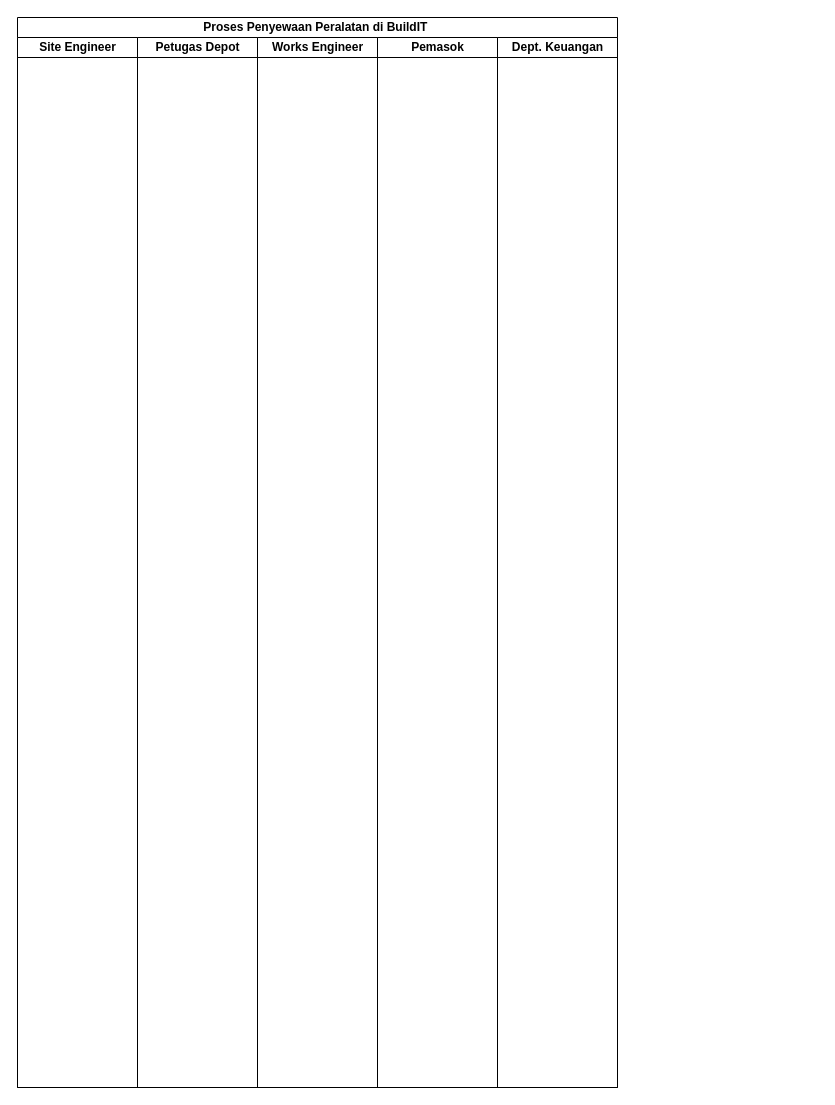
Above: page "Page-1" (1 of 2) of TI-BPM-SIPA.drawio in MHibriziF/SIPA (draw.io), before the change. Source tidied: cells renumbered, new cells numbered last; positions are measured from the earlier drawing's top-left corner, leaving out a move shared by most shapes. Both pictures are drawn from the tidied source at 100%, with x=0, y=0 at pixel (17, 17).
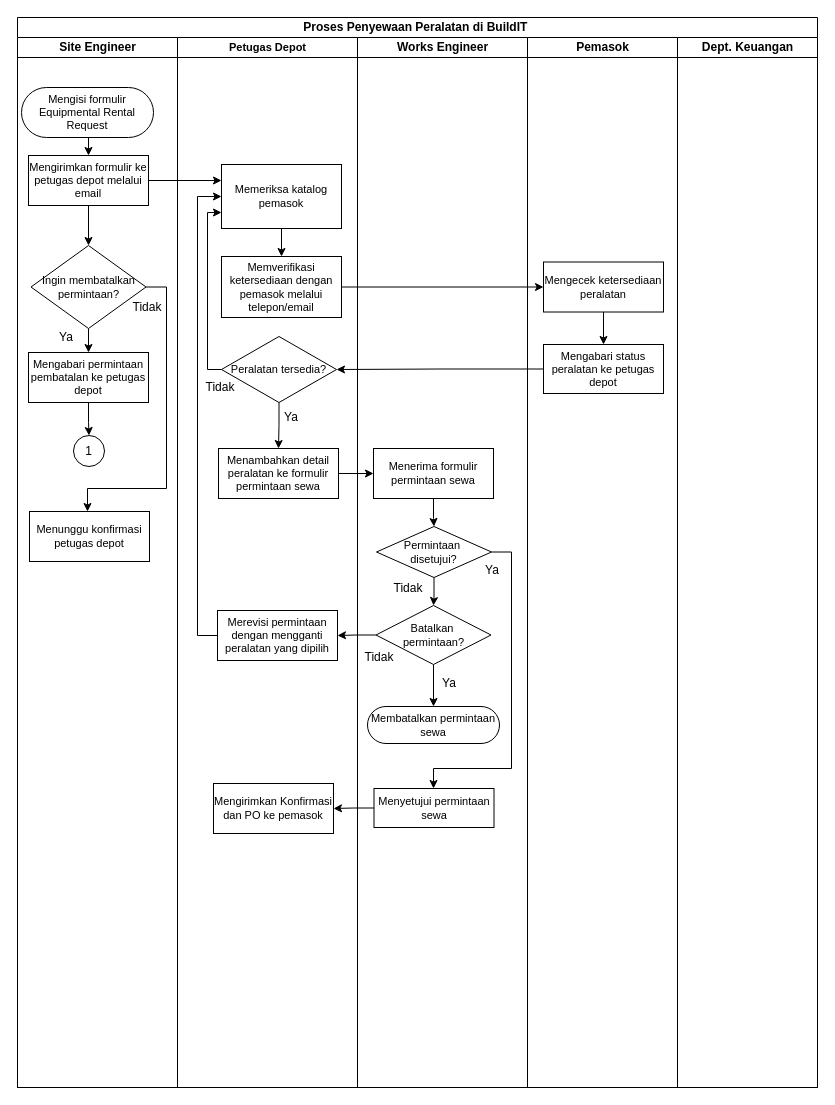
The same page after the edit.

Diff of the diagram source:
```diff
@@
-    <mxCell id="2" value="Proses Penyewaan Peralatan di BuildIT&amp;nbsp;" style="swimlane;html=1;startSize=20;whiteSpace=wrap;" parent="1" vertex="1">
-      <mxGeometry width="600" height="1070" as="geometry" />
+    <mxCell id="2" value="Proses Penyewaan Peralatan di BuildIT&amp;nbsp;" style="swimlane;html=1;startSize=20;whiteSpace=wrap;gradientColor=none;" parent="1" vertex="1">
+      <mxGeometry width="800" height="1070" as="geometry" />
     </mxCell>
-    <mxCell id="3" value="Site Engineer" style="swimlane;html=1;startSize=20;" parent="2" vertex="1">
-      <mxGeometry y="20" width="120" height="1050" as="geometry" />
+    <mxCell id="3" value="Site Engineer" style="swimlane;html=1;startSize=20;labelBorderColor=none;labelBackgroundColor=none;textShadow=0;fontColor=default;" parent="2" vertex="1">
+      <mxGeometry y="20" width="160" height="1050" as="geometry" />
     </mxCell>
+    <mxCell id="8" style="edgeStyle=orthogonalEdgeStyle;rounded=0;jettySize=auto;html=1;exitX=0.5;exitY=1;exitDx=0;exitDy=0;entryX=0.5;entryY=0;entryDx=0;entryDy=0;" parent="3" edge="1" source="9" target="11">
+      <mxGeometry relative="1" as="geometry" />
+    </mxCell>
+    <mxCell id="9" value="Mengisi formulir Equipmental Rental Request" style="rounded=1;whiteSpace=wrap;html=1;arcSize=50;fontSize=11;" parent="3" vertex="1">
+      <mxGeometry x="4" y="50" width="132" height="50" as="geometry" />
+    </mxCell>
+    <mxCell id="10" style="edgeStyle=orthogonalEdgeStyle;rounded=0;jettySize=auto;html=1;" parent="3" edge="1" source="11" target="14">
+      <mxGeometry relative="1" as="geometry" />
+    </mxCell>
+    <mxCell id="11" value="Mengirimkan formulir ke petugas depot melalui email" style="rounded=0;whiteSpace=wrap;html=1;fontSize=11;" parent="3" vertex="1">
+      <mxGeometry x="11" y="118" width="120" height="50" as="geometry" />
+    </mxCell>
+    <mxCell id="12" style="edgeStyle=orthogonalEdgeStyle;rounded=0;jettySize=auto;html=1;" parent="3" edge="1" source="14" target="16">
+      <mxGeometry relative="1" as="geometry" />
+    </mxCell>
+    <mxCell id="13" style="edgeStyle=orthogonalEdgeStyle;rounded=0;jettySize=auto;html=1;exitX=1;exitY=0.5;exitDx=0;exitDy=0;" parent="3" edge="1" source="14" target="18">
+      <mxGeometry relative="1" as="geometry">
+        <Array as="points">
+          <mxPoint x="149" y="250" />
+          <mxPoint x="149" y="451" />
+          <mxPoint x="70" y="451" />
+        </Array>
+      </mxGeometry>
+    </mxCell>
+    <mxCell id="14" value="Ingin membatalkan permintaan?" style="rhombus;whiteSpace=wrap;html=1;fontSize=11;" parent="3" vertex="1">
+      <mxGeometry x="13.5" y="208" width="115" height="83" as="geometry" />
+    </mxCell>
+    <mxCell id="15" style="edgeStyle=orthogonalEdgeStyle;rounded=0;jettySize=auto;html=1;" parent="3" edge="1" source="16" target="17">
+      <mxGeometry relative="1" as="geometry" />
+    </mxCell>
+    <mxCell id="16" value="Mengabari permintaan pembatalan ke petugas depot" style="rounded=0;whiteSpace=wrap;html=1;fontSize=11;" parent="3" vertex="1">
+      <mxGeometry x="11" y="315" width="120" height="50" as="geometry" />
+    </mxCell>
+    <mxCell id="17" value="1" style="ellipse;whiteSpace=wrap;html=1;" parent="3" vertex="1">
+      <mxGeometry x="56" y="398" width="31" height="31" as="geometry" />
+    </mxCell>
+    <mxCell id="18" value="Menunggu konfirmasi petugas depot" style="rounded=0;whiteSpace=wrap;html=1;fontSize=11;" parent="3" vertex="1">
+      <mxGeometry x="12" y="474" width="120" height="50" as="geometry" />
+    </mxCell>
+    <mxCell id="19" value="Ya" style="text;html=1;align=center;verticalAlign=middle;whiteSpace=wrap;rounded=0;" parent="3" vertex="1">
+      <mxGeometry x="19" y="285" width="60" height="30" as="geometry" />
+    </mxCell>
+    <mxCell id="20" value="Tidak" style="text;html=1;align=center;verticalAlign=middle;whiteSpace=wrap;rounded=0;" parent="3" vertex="1">
+      <mxGeometry x="100" y="255" width="60" height="30" as="geometry" />
+    </mxCell>
-    <mxCell id="4" value="Petugas Depot" style="swimlane;html=1;startSize=20;" parent="2" vertex="1">
-      <mxGeometry x="120" y="20" width="120" height="1050" as="geometry" />
+    <mxCell id="4" value="Petugas Depot" style="swimlane;html=1;startSize=20;fontSize=11;" parent="2" vertex="1">
+      <mxGeometry x="160" y="20" width="180" height="1050" as="geometry" />
     </mxCell>
+    <mxCell id="21" style="edgeStyle=orthogonalEdgeStyle;rounded=0;jettySize=auto;html=1;exitX=0.5;exitY=1;exitDx=0;exitDy=0;" parent="4" edge="1" source="22" target="23">
+      <mxGeometry relative="1" as="geometry" />
+    </mxCell>
+    <mxCell id="22" value="Memeriksa katalog pemasok " style="rounded=0;whiteSpace=wrap;html=1;fontSize=11;" parent="4" vertex="1">
+      <mxGeometry x="44" y="127" width="120" height="64" as="geometry" />
+    </mxCell>
+    <mxCell id="23" value="Memverifikasi ketersediaan dengan pemasok melalui telepon/email" style="rounded=0;whiteSpace=wrap;html=1;fontSize=11;" parent="4" vertex="1">
+      <mxGeometry x="44" y="219" width="120" height="61" as="geometry" />
+    </mxCell>
+    <mxCell id="24" style="edgeStyle=orthogonalEdgeStyle;rounded=0;jettySize=auto;html=1;" parent="4" edge="1" source="26" target="28">
+      <mxGeometry relative="1" as="geometry" />
+    </mxCell>
+    <mxCell id="25" style="edgeStyle=orthogonalEdgeStyle;rounded=0;jettySize=auto;html=1;exitX=0;exitY=0.5;exitDx=0;exitDy=0;entryX=0;entryY=0.75;entryDx=0;entryDy=0;" parent="4" edge="1" source="26" target="22">
+      <mxGeometry relative="1" as="geometry">
+        <Array as="points">
+          <mxPoint x="30" y="332" />
+          <mxPoint x="30" y="175" />
+        </Array>
+      </mxGeometry>
+    </mxCell>
+    <mxCell id="26" value="Peralatan tersedia?" style="rhombus;whiteSpace=wrap;html=1;fontSize=11;" parent="4" vertex="1">
+      <mxGeometry x="44" y="299" width="115" height="66" as="geometry" />
+    </mxCell>
+    <mxCell id="27" value="Tidak" style="text;html=1;align=center;verticalAlign=middle;whiteSpace=wrap;rounded=0;" parent="4" vertex="1">
+      <mxGeometry x="13" y="335" width="60" height="30" as="geometry" />
+    </mxCell>
+    <mxCell id="28" value="Menambahkan detail peralatan ke formulir permintaan sewa" style="rounded=0;whiteSpace=wrap;html=1;fontSize=11;" parent="4" vertex="1">
+      <mxGeometry x="41" y="411" width="120" height="50" as="geometry" />
+    </mxCell>
+    <mxCell id="29" value="Ya" style="text;html=1;align=center;verticalAlign=middle;whiteSpace=wrap;rounded=0;" parent="4" vertex="1">
+      <mxGeometry x="84" y="365" width="60" height="30" as="geometry" />
+    </mxCell>
+    <mxCell id="30" style="edgeStyle=orthogonalEdgeStyle;rounded=0;jettySize=auto;html=1;exitX=0;exitY=0.5;exitDx=0;exitDy=0;entryX=0;entryY=0.5;entryDx=0;entryDy=0;" parent="4" edge="1" source="31" target="22">
+      <mxGeometry relative="1" as="geometry">
+        <Array as="points">
+          <mxPoint x="20" y="598" />
+          <mxPoint x="20" y="159" />
+        </Array>
+      </mxGeometry>
+    </mxCell>
+    <mxCell id="31" value="Merevisi permintaan dengan mengganti peralatan yang dipilih" style="rounded=0;whiteSpace=wrap;html=1;fontSize=11;" parent="4" vertex="1">
+      <mxGeometry x="40" y="573" width="120" height="50" as="geometry" />
+    </mxCell>
+    <mxCell id="32" value="Mengirimkan Konfirmasi dan PO ke pemasok" style="rounded=0;whiteSpace=wrap;html=1;fontSize=11;" parent="4" vertex="1">
+      <mxGeometry x="36" y="746" width="120" height="50" as="geometry" />
+    </mxCell>
     <mxCell id="5" value="Works Engineer" style="swimlane;html=1;startSize=20;" parent="2" vertex="1">
-      <mxGeometry x="240" y="20" width="120" height="1050" as="geometry" />
+      <mxGeometry x="340" y="20" width="170" height="1050" as="geometry" />
     </mxCell>
+    <mxCell id="33" style="edgeStyle=orthogonalEdgeStyle;rounded=0;jettySize=auto;html=1;" parent="5" edge="1" source="34" target="37">
+      <mxGeometry relative="1" as="geometry" />
+    </mxCell>
+    <mxCell id="34" value="Menerima formulir permintaan sewa" style="rounded=0;whiteSpace=wrap;html=1;fontSize=11;" parent="5" vertex="1">
+      <mxGeometry x="16" y="411" width="120" height="50" as="geometry" />
+    </mxCell>
+    <mxCell id="35" style="edgeStyle=orthogonalEdgeStyle;rounded=0;jettySize=auto;html=1;" parent="5" edge="1" source="37" target="39">
+      <mxGeometry relative="1" as="geometry" />
+    </mxCell>
+    <mxCell id="36" style="edgeStyle=orthogonalEdgeStyle;rounded=0;jettySize=auto;html=1;exitX=1;exitY=0.5;exitDx=0;exitDy=0;" parent="5" edge="1" source="37" target="44">
+      <mxGeometry relative="1" as="geometry">
+        <Array as="points">
+          <mxPoint x="154" y="515" />
+          <mxPoint x="154" y="731" />
+          <mxPoint x="76" y="731" />
+        </Array>
+      </mxGeometry>
+    </mxCell>
+    <mxCell id="37" value="Permintaan&amp;nbsp;&lt;div&gt;disetujui?&lt;/div&gt;" style="rhombus;whiteSpace=wrap;html=1;fontSize=11;" parent="5" vertex="1">
+      <mxGeometry x="19" y="489" width="115" height="51" as="geometry" />
+    </mxCell>
+    <mxCell id="38" style="edgeStyle=orthogonalEdgeStyle;rounded=0;jettySize=auto;html=1;" parent="5" edge="1" source="39" target="40">
+      <mxGeometry relative="1" as="geometry" />
+    </mxCell>
+    <mxCell id="39" value="Batalkan&amp;nbsp;&lt;div&gt;permintaan?&lt;/div&gt;" style="rhombus;whiteSpace=wrap;html=1;fontSize=11;" parent="5" vertex="1">
+      <mxGeometry x="18.5" y="568" width="115" height="59" as="geometry" />
+    </mxCell>
+    <mxCell id="40" value="Membatalkan permintaan sewa" style="rounded=1;whiteSpace=wrap;html=1;arcSize=50;fontSize=11;" parent="5" vertex="1">
+      <mxGeometry x="10" y="669" width="132" height="37" as="geometry" />
+    </mxCell>
+    <mxCell id="41" value="Ya" style="text;html=1;align=center;verticalAlign=middle;whiteSpace=wrap;rounded=0;" parent="5" vertex="1">
+      <mxGeometry x="62" y="631" width="60" height="30" as="geometry" />
+    </mxCell>
+    <mxCell id="42" value="Tidak" style="text;html=1;align=center;verticalAlign=middle;whiteSpace=wrap;rounded=0;" parent="5" vertex="1">
+      <mxGeometry x="-8" y="605" width="60" height="30" as="geometry" />
+    </mxCell>
+    <mxCell id="43" value="Tidak" style="text;html=1;align=center;verticalAlign=middle;whiteSpace=wrap;rounded=0;" parent="5" vertex="1">
+      <mxGeometry x="21" y="536" width="60" height="30" as="geometry" />
+    </mxCell>
+    <mxCell id="44" value="Menyetujui permintaan sewa" style="rounded=0;whiteSpace=wrap;html=1;fontSize=11;" parent="5" vertex="1">
+      <mxGeometry x="16.5" y="751" width="120" height="39" as="geometry" />
+    </mxCell>
+    <mxCell id="45" value="Ya" style="text;html=1;align=center;verticalAlign=middle;whiteSpace=wrap;rounded=0;" parent="5" vertex="1">
+      <mxGeometry x="105" y="518" width="60" height="30" as="geometry" />
+    </mxCell>
     <mxCell id="6" value="Pemasok" style="swimlane;html=1;startSize=20;" parent="2" vertex="1">
-      <mxGeometry x="360" y="20" width="120" height="1050" as="geometry" />
+      <mxGeometry x="510" y="20" width="150" height="1050" as="geometry" />
     </mxCell>
+    <mxCell id="46" style="edgeStyle=orthogonalEdgeStyle;rounded=0;jettySize=auto;html=1;" parent="6" edge="1" source="47" target="48">
+      <mxGeometry relative="1" as="geometry" />
+    </mxCell>
+    <mxCell id="47" value="Mengecek ketersediaan peralatan" style="rounded=0;whiteSpace=wrap;html=1;fontSize=11;" parent="6" vertex="1">
+      <mxGeometry x="16" y="224.5" width="120" height="50" as="geometry" />
+    </mxCell>
+    <mxCell id="48" value="Mengabari status peralatan ke petugas depot" style="rounded=0;whiteSpace=wrap;html=1;fontSize=11;" parent="6" vertex="1">
+      <mxGeometry x="16" y="307" width="120" height="49" as="geometry" />
+    </mxCell>
     <mxCell id="7" value="Dept. Keuangan" style="swimlane;html=1;startSize=20;" parent="2" vertex="1">
-      <mxGeometry x="480" y="20" width="120" height="1050" as="geometry" />
+      <mxGeometry x="660" y="20" width="140" height="1050" as="geometry" />
     </mxCell>
+    <mxCell id="49" style="edgeStyle=orthogonalEdgeStyle;rounded=0;jettySize=auto;html=1;exitX=1;exitY=0.5;exitDx=0;exitDy=0;entryX=0;entryY=0.5;entryDx=0;entryDy=0;" parent="2" edge="1" source="23" target="47">
+      <mxGeometry relative="1" as="geometry" />
+    </mxCell>
+    <mxCell id="50" style="edgeStyle=orthogonalEdgeStyle;rounded=0;jettySize=auto;html=1;exitX=0;exitY=0.5;exitDx=0;exitDy=0;entryX=1;entryY=0.5;entryDx=0;entryDy=0;" parent="2" edge="1" source="48" target="26">
+      <mxGeometry relative="1" as="geometry" />
+    </mxCell>
+    <mxCell id="51" style="edgeStyle=orthogonalEdgeStyle;rounded=0;jettySize=auto;html=1;" parent="2" edge="1" source="28" target="34">
+      <mxGeometry relative="1" as="geometry" />
+    </mxCell>
+    <mxCell id="52" style="edgeStyle=orthogonalEdgeStyle;rounded=0;jettySize=auto;html=1;" parent="2" edge="1" source="39" target="31">
+      <mxGeometry relative="1" as="geometry" />
+    </mxCell>
+    <mxCell id="53" style="edgeStyle=orthogonalEdgeStyle;rounded=0;jettySize=auto;html=1;exitX=1;exitY=0.5;exitDx=0;exitDy=0;entryX=0;entryY=0.25;entryDx=0;entryDy=0;" parent="2" edge="1" source="11" target="22">
+      <mxGeometry relative="1" as="geometry" />
+    </mxCell>
+    <mxCell id="54" style="edgeStyle=orthogonalEdgeStyle;rounded=0;jettySize=auto;html=1;" parent="2" edge="1" source="44" target="32">
+      <mxGeometry relative="1" as="geometry" />
+    </mxCell>
```
